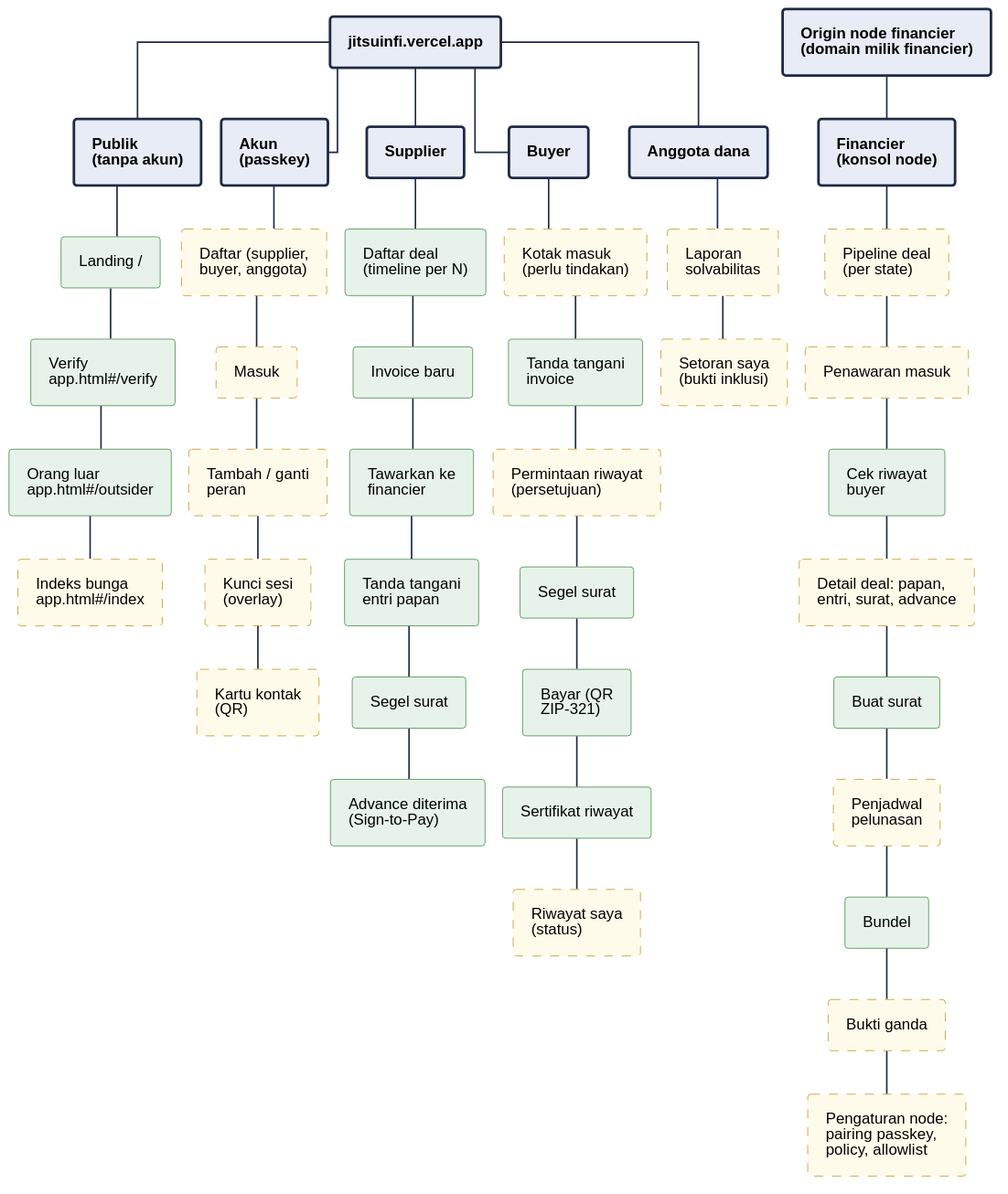
Earlier version of the PlantUML export 08-FlowDiagrams/assets/pg-01-pages.svg (JitsuinFi/jitsuinfi-vault).
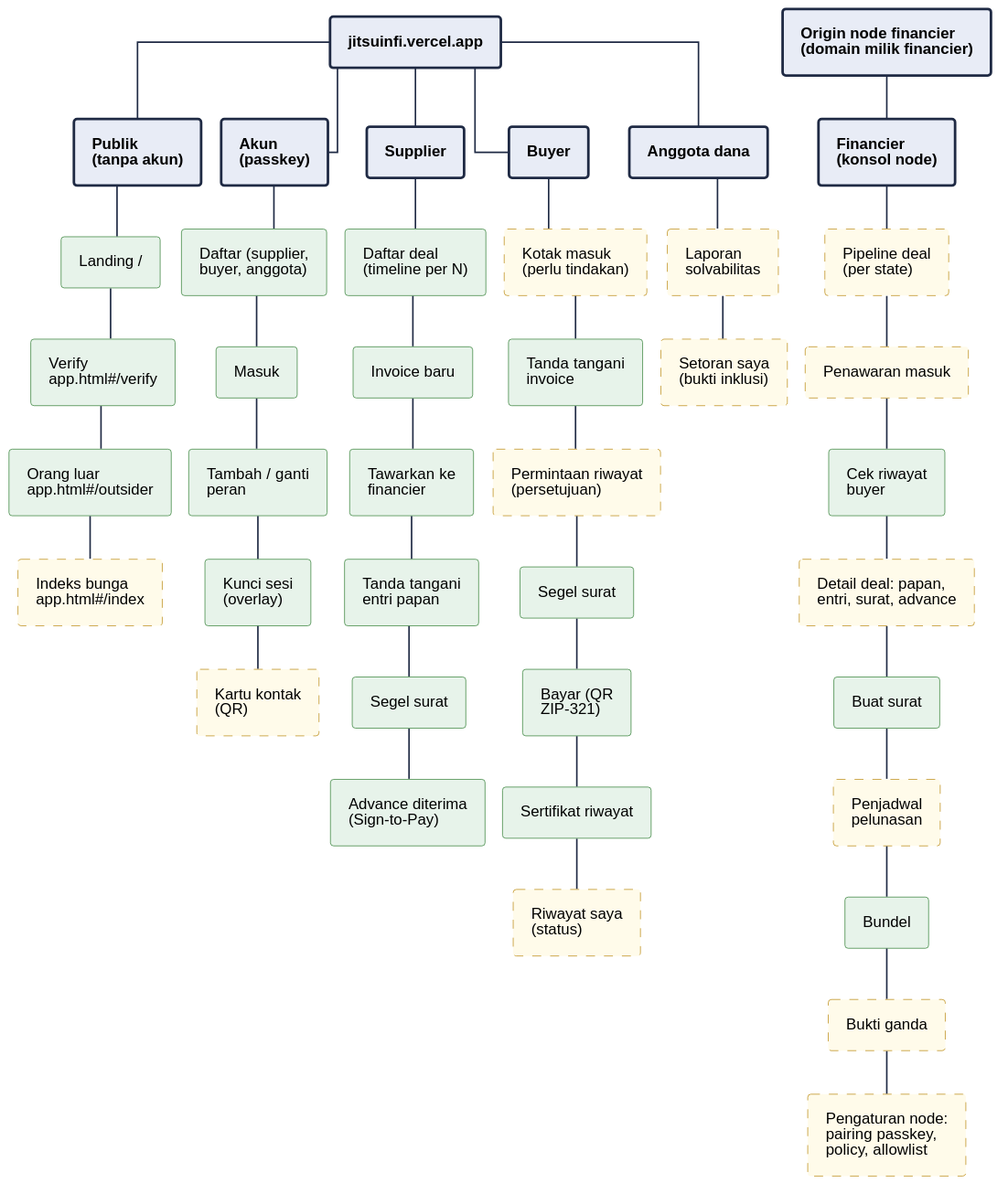
Later version of the same file.

Change to the diagram source:
```diff
@@ -39,10 +39,10 @@
 p1 -down- p2
 p2 -down- p3
 p3 -down- p4
-rectangle "Daftar (supplier,\nbuyer, anggota)" <<new>> as a1
-rectangle "Masuk" <<new>> as a2
-rectangle "Tambah / ganti\nperan" <<new>> as a3
-rectangle "Kunci sesi\n(overlay)" <<new>> as a4
+rectangle "Daftar (supplier,\nbuyer, anggota)" <<have>> as a1
+rectangle "Masuk" <<have>> as a2
+rectangle "Tambah / ganti\nperan" <<have>> as a3
+rectangle "Kunci sesi\n(overlay)" <<have>> as a4
 rectangle "Kartu kontak\n(QR)" <<new>> as a5
 AUTH -down- a1
 a1 -down- a2
```
